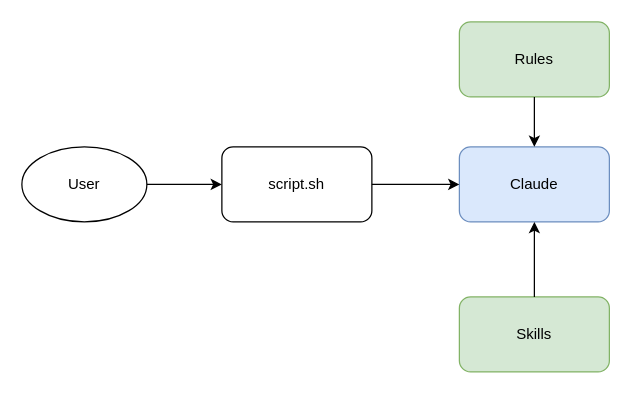
lezw-1/builder keeps this draw.io diagram as assets/diagrams/diagram.drawio. Above is the earlier version. Source tidied: cells renumbered, new cells numbered last; positions are measured from the earlier drawing's top-left corner, leaving out a move shared by most shapes. Both pictures are drawn from the tidied source at 125%, with x=0, y=0 at pixel (21, 21).
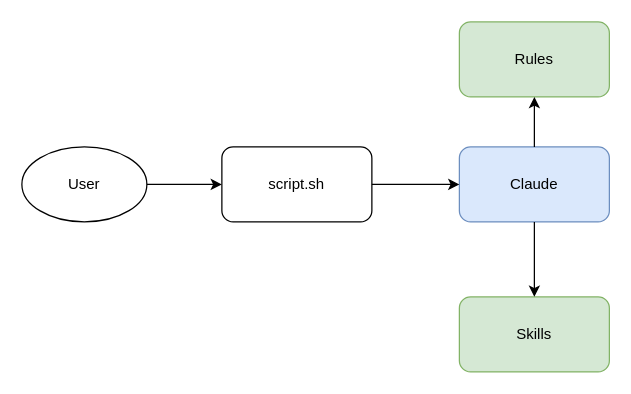
The same page after the edit.

Commit message:
Claude reads Rules and Skills

Diff of the diagram source:
```diff
@@
 <mxGraphModel>
   <root>
     <mxCell id="0" />
     <mxCell id="1" parent="0" />
     <mxCell id="2" value="User" style="ellipse;whiteSpace=wrap;html=1;" parent="1" vertex="1">
       <mxGeometry y="100" width="100" height="60" as="geometry" />
     </mxCell>
     <mxCell id="3" value="script.sh" style="rounded=1;whiteSpace=wrap;html=1;" parent="1" vertex="1">
       <mxGeometry x="160" y="100" width="120" height="60" as="geometry" />
     </mxCell>
     <mxCell id="4" value="Claude" style="rounded=1;whiteSpace=wrap;html=1;fillColor=#dae8fc;strokeColor=#6c8ebf;" parent="1" vertex="1">
       <mxGeometry x="350" y="100" width="120" height="60" as="geometry" />
     </mxCell>
     <mxCell id="5" value="Rules" style="rounded=1;whiteSpace=wrap;html=1;fillColor=#d5e8d4;strokeColor=#82b366;" parent="1" vertex="1">
       <mxGeometry x="350" width="120" height="60" as="geometry" />
     </mxCell>
     <mxCell id="6" value="Skills" style="rounded=1;whiteSpace=wrap;html=1;fillColor=#d5e8d4;strokeColor=#82b366;" parent="1" vertex="1">
       <mxGeometry x="350" y="220" width="120" height="60" as="geometry" />
     </mxCell>
     <mxCell id="7" parent="1" edge="1" source="2" target="3">
       <mxGeometry relative="1" as="geometry" />
     </mxCell>
     <mxCell id="8" parent="1" edge="1" source="3" target="4">
       <mxGeometry relative="1" as="geometry" />
     </mxCell>
-    <mxCell id="9" parent="1" edge="1" source="5" target="4">
+    <mxCell id="9" parent="1" edge="1" source="4" target="5">
       <mxGeometry relative="1" as="geometry" />
     </mxCell>
-    <mxCell id="10" parent="1" edge="1" source="6" target="4">
+    <mxCell id="10" parent="1" edge="1" source="4" target="6">
       <mxGeometry relative="1" as="geometry" />
     </mxCell>
   </root>
 </mxGraphModel>
```
